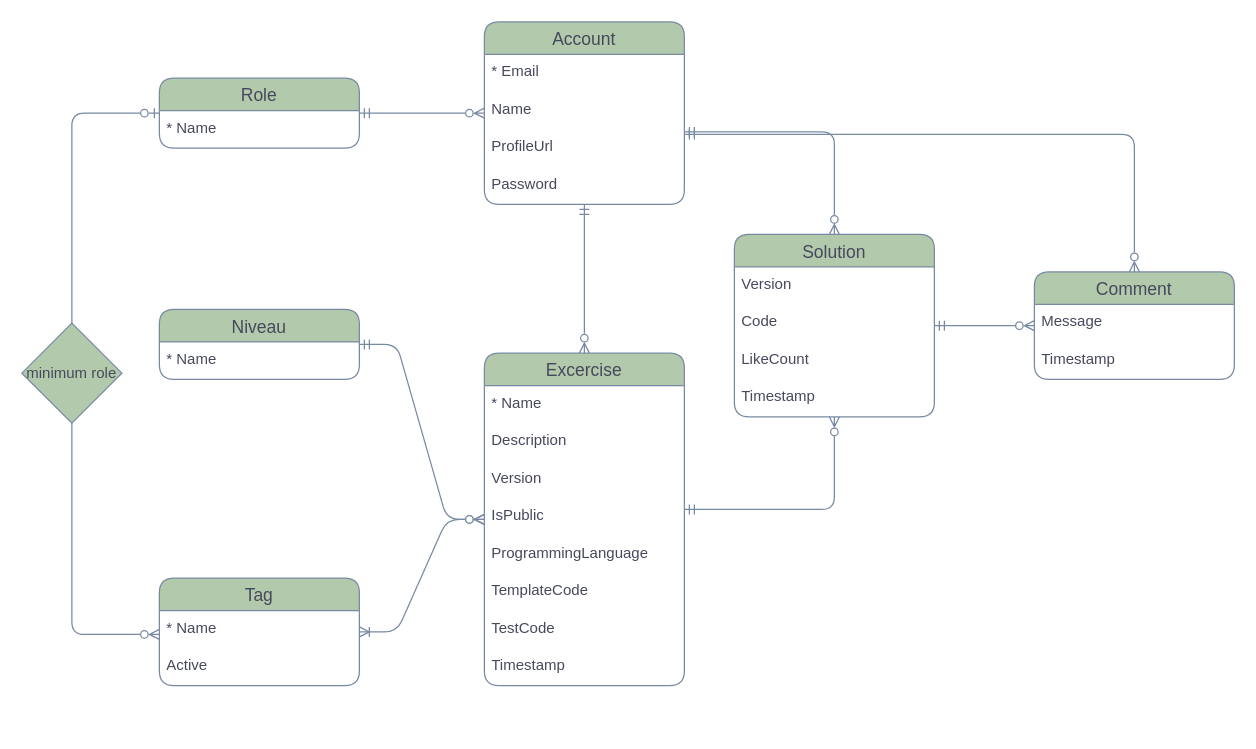
This is page "Page-1" (1 of 2) of diagrams.drawio from Job79/avans-code, a draw.io file, before an edit. Source tidied: cells renumbered, new cells numbered last; positions are measured from the earlier drawing's top-left corner, leaving out a move shared by most shapes. Both pictures are drawn from the tidied source at 125%, with x=0, y=0 at pixel (21, 21).
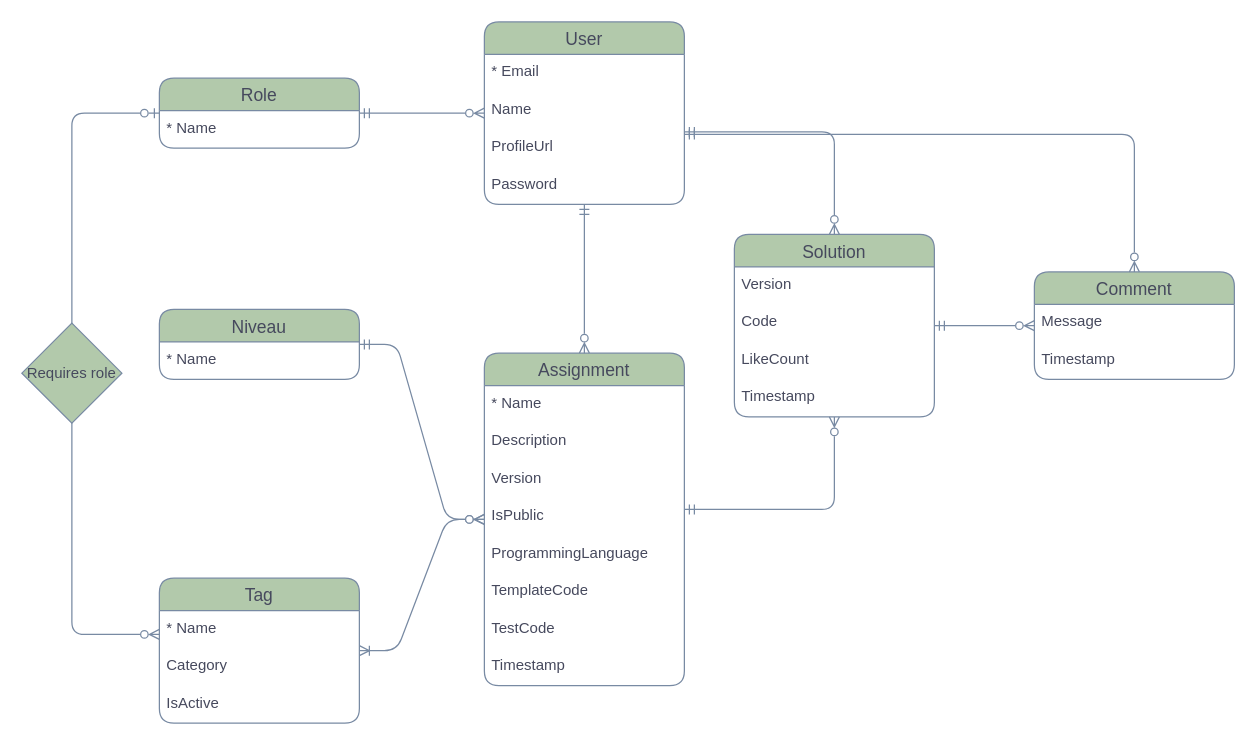
The same diagram, later.

Change to the diagram source:
```diff
@@
-    <mxCell id="3" value="Excercise" style="swimlane;fontStyle=0;horizontal=1;startSize=26;align=center;fontSize=14;labelBackgroundColor=none;fillColor=#B2C9AB;strokeColor=#788AA3;fontColor=#46495D;rounded=1;" parent="1" vertex="1">
+    <mxCell id="3" value="Assignment" style="swimlane;fontStyle=0;horizontal=1;startSize=26;align=center;fontSize=14;labelBackgroundColor=none;fillColor=#B2C9AB;strokeColor=#788AA3;fontColor=#46495D;rounded=1;" parent="1" vertex="1">
       <mxGeometry x="370" y="265" width="160" height="266" as="geometry" />
     </mxCell>
@@
     <mxCell id="19" value="Tag" style="swimlane;fontStyle=0;horizontal=1;startSize=26;align=center;fontSize=14;labelBackgroundColor=none;fillColor=#B2C9AB;strokeColor=#788AA3;fontColor=#46495D;rounded=1;" parent="1" vertex="1">
-      <mxGeometry x="110" y="445" width="160" height="86" as="geometry" />
+      <mxGeometry x="110" y="445" width="160" height="116" as="geometry" />
     </mxCell>
+    <mxCell id="41" value="* Name" style="text;strokeColor=none;fillColor=none;spacingLeft=4;spacingRight=4;overflow=hidden;fontSize=12;whiteSpace=wrap;html=1;labelBackgroundColor=none;fontColor=#46495D;rounded=1;" parent="19" vertex="1">
+      <mxGeometry y="26" width="160" height="30" as="geometry" />
+    </mxCell>
-    <mxCell id="20" value="* Name" style="text;strokeColor=none;fillColor=none;spacingLeft=4;spacingRight=4;overflow=hidden;fontSize=12;whiteSpace=wrap;html=1;labelBackgroundColor=none;fontColor=#46495D;rounded=1;" parent="19" vertex="1">
-      <mxGeometry y="26" width="160" height="30" as="geometry" />
+    <mxCell id="20" value="Category" style="text;strokeColor=none;fillColor=none;spacingLeft=4;spacingRight=4;overflow=hidden;fontSize=12;whiteSpace=wrap;html=1;labelBackgroundColor=none;fontColor=#46495D;rounded=1;" parent="19" vertex="1">
+      <mxGeometry y="56" width="160" height="30" as="geometry" />
     </mxCell>
-    <mxCell id="21" value="Active" style="text;strokeColor=none;fillColor=none;spacingLeft=4;spacingRight=4;overflow=hidden;fontSize=12;whiteSpace=wrap;html=1;labelBackgroundColor=none;fontColor=#46495D;rounded=1;" parent="19" vertex="1">
-      <mxGeometry y="56" width="160" height="30" as="geometry" />
+    <mxCell id="21" value="IsActive" style="text;strokeColor=none;fillColor=none;spacingLeft=4;spacingRight=4;overflow=hidden;fontSize=12;whiteSpace=wrap;html=1;labelBackgroundColor=none;fontColor=#46495D;rounded=1;" parent="19" vertex="1">
+      <mxGeometry y="86" width="160" height="30" as="geometry" />
     </mxCell>
@@
-    <mxCell id="30" value="Account" style="swimlane;fontStyle=0;horizontal=1;startSize=26;align=center;fontSize=14;labelBackgroundColor=none;fillColor=#B2C9AB;strokeColor=#788AA3;fontColor=#46495D;rounded=1;" parent="1" vertex="1">
+    <mxCell id="30" value="User" style="swimlane;fontStyle=0;horizontal=1;startSize=26;align=center;fontSize=14;labelBackgroundColor=none;fillColor=#B2C9AB;strokeColor=#788AA3;fontColor=#46495D;rounded=1;" parent="1" vertex="1">
       <mxGeometry x="370" width="160" height="146" as="geometry" />
     </mxCell>
@@
-    <mxCell id="40" value="minimum role" style="rhombus;whiteSpace=wrap;html=1;labelBackgroundColor=none;fillColor=#B2C9AB;strokeColor=#788AA3;fontColor=#46495D;" parent="1" vertex="1">
+    <mxCell id="40" value="Requires role" style="rhombus;whiteSpace=wrap;html=1;labelBackgroundColor=none;fillColor=#B2C9AB;strokeColor=#788AA3;fontColor=#46495D;" parent="1" vertex="1">
       <mxGeometry y="241" width="80" height="80" as="geometry" />
     </mxCell>
```
